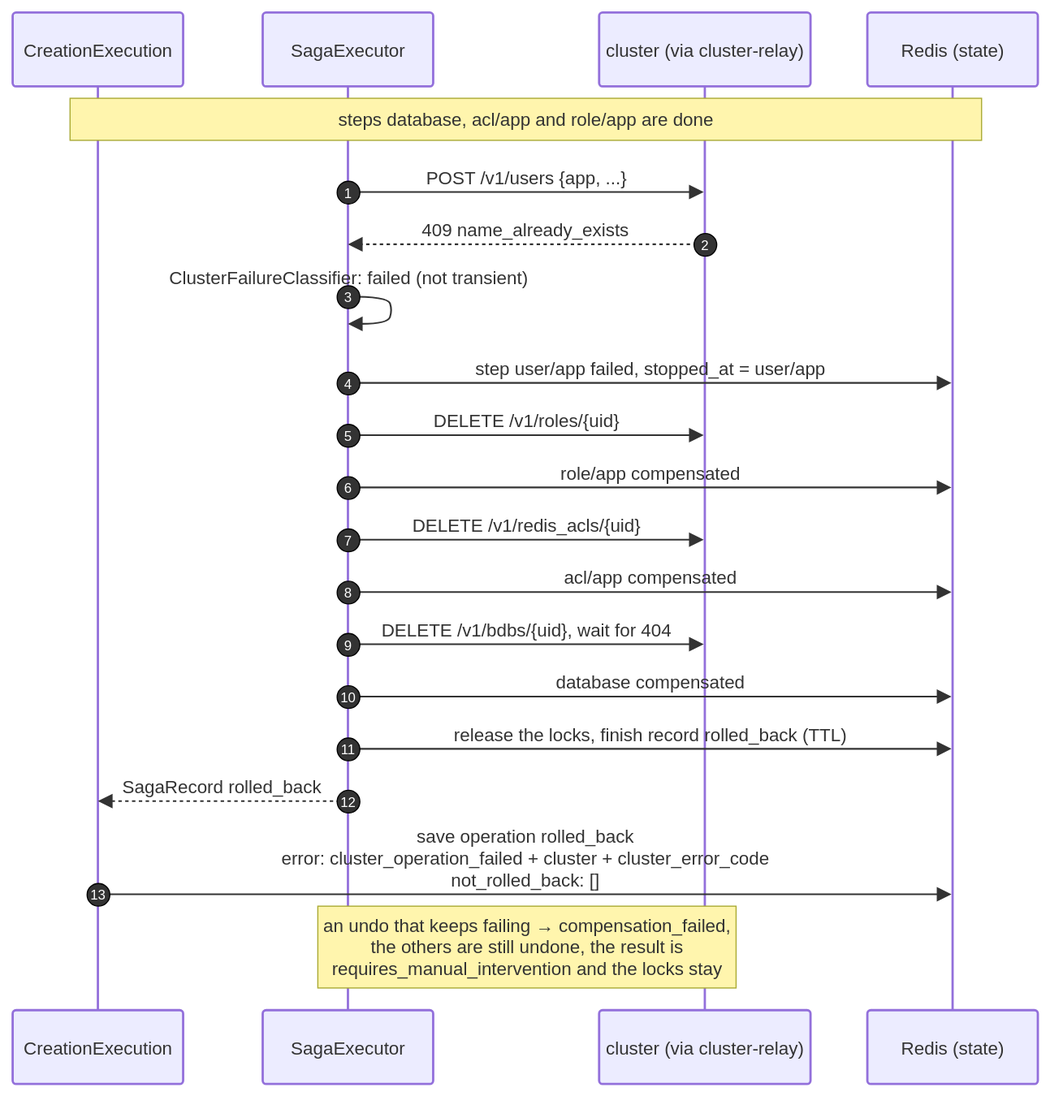
Before: docs/diagrams/11-seq-rollback-single-site.drawio.svg, a diagram exported from draw.io (EliShteinman/redis-enterprise-services). Source tidied: cells renumbered, new cells last; positions are measured from the earlier drawing's top-left corner, leaving out a move shared by most shapes.
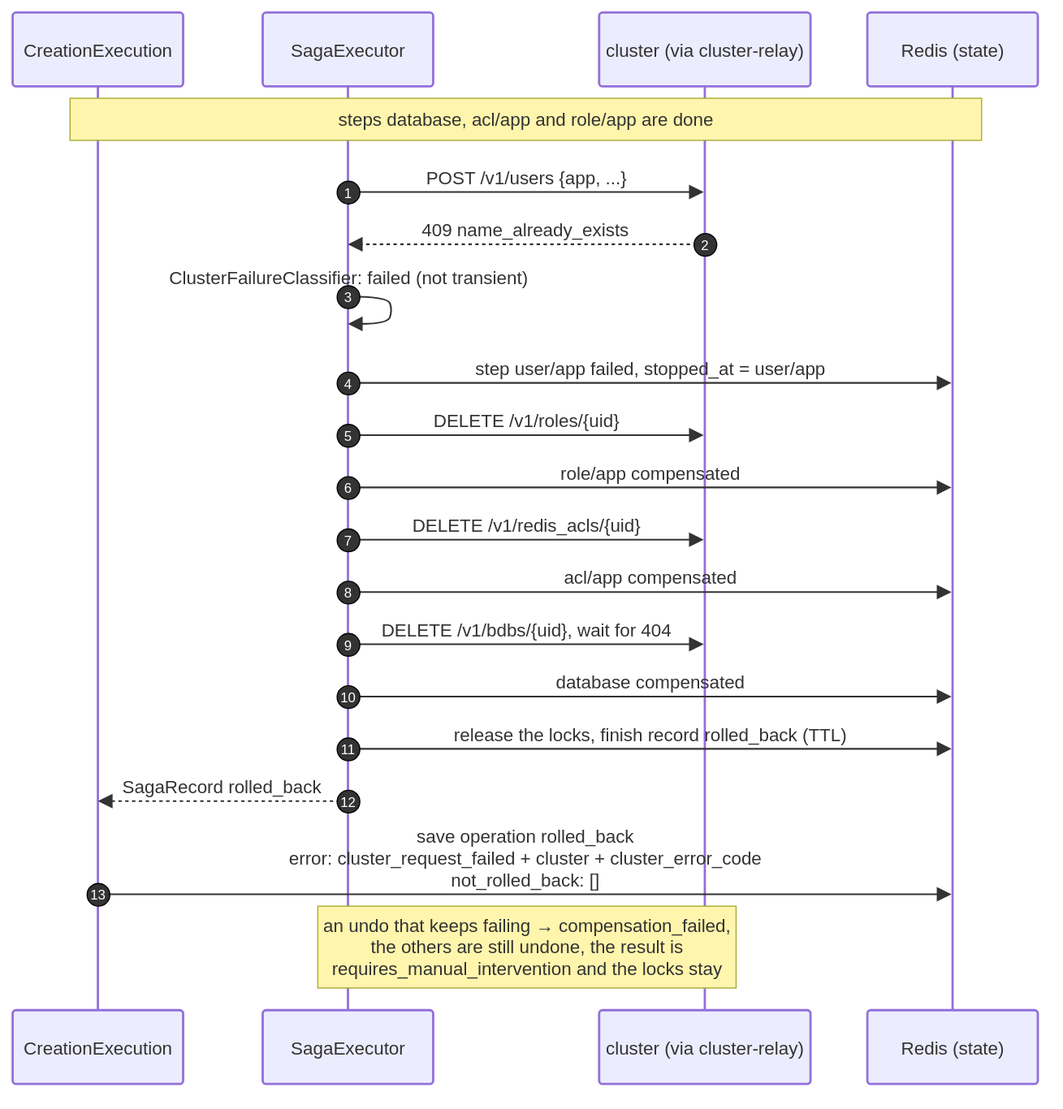
Above is the later version.

What changed in the source:
```diff
@@ -139,7 +139,7 @@
     <mxCell id="30" value="12" style="ellipse;fillColor=light-dark(#333333,#cccccc);align=center;verticalAlign=middle;fontColor=light-dark(#FFFFFF,#333333);fontSize=12;" parent="1" vertex="1">
       <mxGeometry x="285" y="684" width="20" height="20" as="geometry" />
     </mxCell>
-    <mxCell id="31" value="save operation rolled_back&#10;error: cluster_operation_failed + cluster + cluster_error_code&#10;not_rolled_back: []" style="endArrow=block;endSize=9;verticalAlign=bottom;spacingBottom=2;edgeStyle=sequenceEdgeStyle;libavoidRouting=0;curved=0;rounded=0;fontSize=16;labelBackgroundColor=none;strokeWidth=1.5;strokeColor=light-dark(#333333,#cccccc);fontColor=light-dark(#333333,#cccccc);fontFamily=Trebuchet MS,Verdana,Arial,sans-serif;" parent="1" edge="1" source="2" target="5">
+    <mxCell id="31" value="save operation rolled_back&#10;error: cluster_request_failed + cluster + cluster_error_code&#10;not_rolled_back: []" style="endArrow=block;endSize=9;verticalAlign=bottom;spacingBottom=2;edgeStyle=sequenceEdgeStyle;libavoidRouting=0;curved=0;rounded=0;fontSize=16;labelBackgroundColor=none;strokeWidth=1.5;strokeColor=light-dark(#333333,#cccccc);fontColor=light-dark(#333333,#cccccc);fontFamily=Trebuchet MS,Verdana,Arial,sans-serif;" parent="1" edge="1" source="2" target="5">
       <mxGeometry relative="1" as="geometry">
         <Array as="points">
           <mxPoint x="451" y="776" />
```
